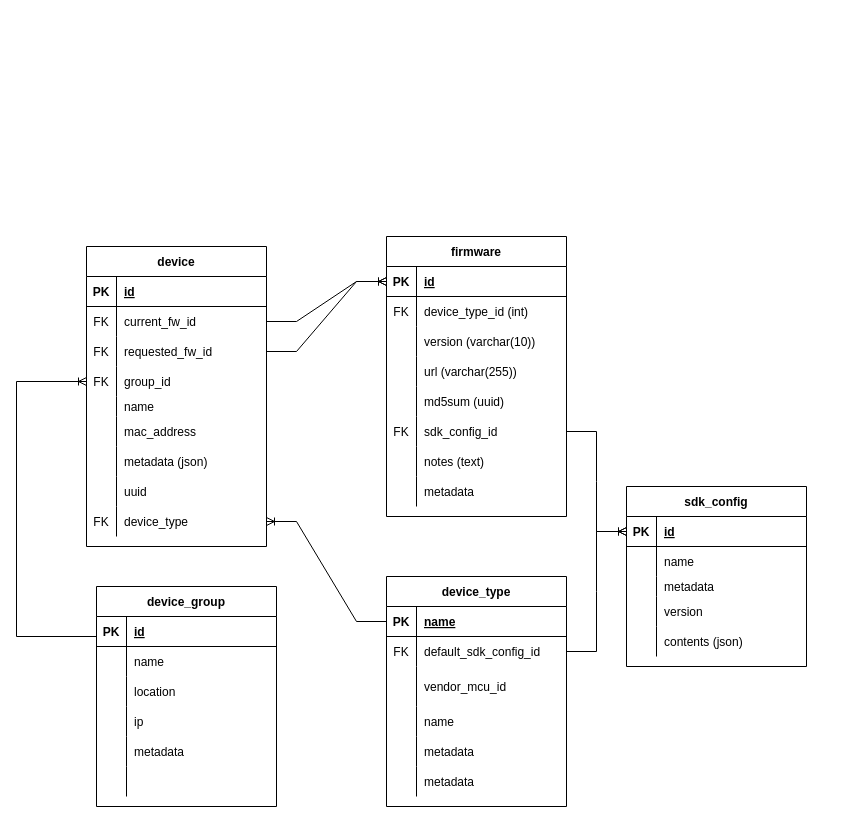
This is page "Database Model" (2 of 2) of design/esp-ota-manager.drawio from nated0g/esp-ota-manager, a draw.io file, before an edit. Source tidied: cells renumbered, new cells numbered last; positions are measured from the earlier drawing's top-left corner, leaving out a move shared by most shapes. Both pictures are drawn from the tidied source at 100%, with x=0, y=0 at pixel (16, 236).
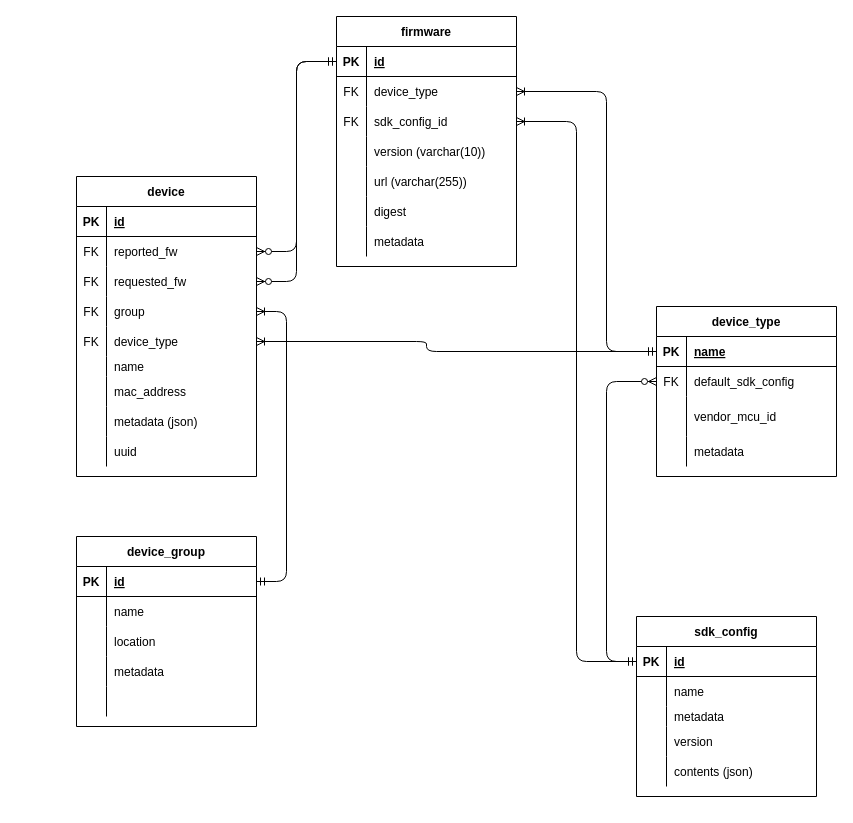
Above is the later version.

The change refers to these unchanged cells:
```xml
<mxCell id="3" style="shape=tableRow;horizontal=0;startSize=0;swimlaneHead=0;swimlaneBody=0;fillColor=none;points=[[0,0.5],[1,0.5]];portConstraint=eastwest;top=0;left=0;right=0;bottom=1;" parent="2" vertex="1">
  <mxGeometry y="30" width="180" height="30" as="geometry" />
</mxCell>
<mxCell id="6" style="shape=tableRow;horizontal=0;startSize=0;swimlaneHead=0;swimlaneBody=0;fillColor=none;points=[[0,0.5],[1,0.5]];portConstraint=eastwest;top=0;left=0;right=0;bottom=0;" parent="2" vertex="1">
  <mxGeometry y="60" width="180" height="30" as="geometry" />
</mxCell>
<mxCell id="28" style="shape=tableRow;horizontal=0;startSize=0;swimlaneHead=0;swimlaneBody=0;fillColor=none;points=[[0,0.5],[1,0.5]];portConstraint=eastwest;top=0;left=0;right=0;bottom=1;" parent="27" vertex="1">
  <mxGeometry y="30" width="180" height="30" as="geometry" />
</mxCell>
<mxCell id="31" style="shape=tableRow;horizontal=0;startSize=0;swimlaneHead=0;swimlaneBody=0;fillColor=none;points=[[0,0.5],[1,0.5]];portConstraint=eastwest;top=0;left=0;right=0;bottom=0;" parent="27" vertex="1">
  <mxGeometry y="60" width="180" height="30" as="geometry" />
</mxCell>
<mxCell id="47" style="shape=tableRow;horizontal=0;startSize=0;swimlaneHead=0;swimlaneBody=0;fillColor=none;points=[[0,0.5],[1,0.5]];portConstraint=eastwest;top=0;left=0;right=0;bottom=1;" parent="46" vertex="1">
  <mxGeometry y="30" width="180" height="30" as="geometry" />
</mxCell>
<mxCell id="67" style="shape=tableRow;horizontal=0;startSize=0;swimlaneHead=0;swimlaneBody=0;fillColor=none;points=[[0,0.5],[1,0.5]];portConstraint=eastwest;top=0;left=0;right=0;bottom=0;" parent="63" vertex="1">
  <mxGeometry y="60" width="180" height="30" as="geometry" />
</mxCell>
<mxCell id="70" style="shape=tableRow;horizontal=0;startSize=0;swimlaneHead=0;swimlaneBody=0;fillColor=none;points=[[0,0.5],[1,0.5]];portConstraint=eastwest;top=0;left=0;right=0;bottom=0;" parent="63" vertex="1">
  <mxGeometry y="90" width="180" height="30" as="geometry" />
</mxCell>
<mxCell id="73" style="shape=tableRow;horizontal=0;startSize=0;swimlaneHead=0;swimlaneBody=0;fillColor=none;points=[[0,0.5],[1,0.5]];portConstraint=eastwest;top=0;left=0;right=0;bottom=0;" parent="63" vertex="1">
  <mxGeometry y="120" width="180" height="30" as="geometry" />
</mxCell>
<mxCell id="95" style="shape=tableRow;horizontal=0;startSize=0;swimlaneHead=0;swimlaneBody=0;fillColor=none;points=[[0,0.5],[1,0.5]];portConstraint=eastwest;top=0;left=0;right=0;bottom=1;" parent="94" vertex="1">
  <mxGeometry y="30" width="180" height="30" as="geometry" />
</mxCell>
```

Change to the diagram source:
```diff
@@
     <mxCell id="2" value="firmware" style="shape=table;startSize=30;childLayout=tableLayout;rowLines=0;fontStyle=1;align=center;" parent="1" vertex="1">
-      <mxGeometry x="370" width="180" height="280" as="geometry" />
+      <mxGeometry x="320" y="-220" width="180" height="250" as="geometry" />
     </mxCell>
@@
-    <mxCell id="8" value="device_type_id (int)" style="shape=partialRectangle;fillColor=none;top=0;left=0;bottom=0;right=0;align=left;spacingLeft=6;fontStyle=0;overflow=hidden;" parent="6" vertex="1">
+    <mxCell id="8" value="device_type" style="shape=partialRectangle;fillColor=none;top=0;left=0;bottom=0;right=0;align=left;spacingLeft=6;fontStyle=0;overflow=hidden;" parent="6" vertex="1">
       <mxGeometry x="30" width="150" height="30" as="geometry" />
     </mxCell>
+    <mxCell id="18" style="shape=tableRow;horizontal=0;startSize=0;swimlaneHead=0;swimlaneBody=0;fillColor=none;points=[[0,0.5],[1,0.5]];portConstraint=eastwest;top=0;left=0;right=0;bottom=0;" parent="2" vertex="1">
+      <mxGeometry y="90" width="180" height="30" as="geometry" />
+    </mxCell>
+    <mxCell id="19" value="FK" style="shape=partialRectangle;fillColor=none;top=0;left=0;bottom=0;right=0;fontStyle=0;overflow=hidden;" parent="18" vertex="1">
+      <mxGeometry width="30" height="30" as="geometry" />
+    </mxCell>
+    <mxCell id="20" value="sdk_config_id" style="shape=partialRectangle;fillColor=none;top=0;left=0;bottom=0;right=0;align=left;spacingLeft=6;fontStyle=0;overflow=hidden;" parent="18" vertex="1">
+      <mxGeometry x="30" width="150" height="30" as="geometry" />
+    </mxCell>
     <mxCell id="9" style="shape=tableRow;horizontal=0;startSize=0;swimlaneHead=0;swimlaneBody=0;fillColor=none;top=0;left=0;right=0;bottom=0;" parent="2" vertex="1">
-      <mxGeometry y="90" width="180" height="30" as="geometry" />
+      <mxGeometry y="120" width="180" height="30" as="geometry" />
     </mxCell>
@@
     <mxCell id="12" style="shape=tableRow;horizontal=0;startSize=0;swimlaneHead=0;swimlaneBody=0;fillColor=none;top=0;left=0;right=0;bottom=0;" parent="2" vertex="1">
-      <mxGeometry y="120" width="180" height="30" as="geometry" />
+      <mxGeometry y="150" width="180" height="30" as="geometry" />
     </mxCell>
@@
     <mxCell id="15" style="shape=tableRow;horizontal=0;startSize=0;swimlaneHead=0;swimlaneBody=0;fillColor=none;top=0;left=0;right=0;bottom=0;" parent="2" vertex="1">
-      <mxGeometry y="150" width="180" height="30" as="geometry" />
+      <mxGeometry y="180" width="180" height="30" as="geometry" />
     </mxCell>
@@
-    <mxCell id="17" value="md5sum (uuid)" style="shape=partialRectangle;fillColor=none;top=0;left=0;bottom=0;right=0;align=left;spacingLeft=6;overflow=hidden;" parent="15" vertex="1">
+    <mxCell id="17" value="digest" style="shape=partialRectangle;fillColor=none;top=0;left=0;bottom=0;right=0;align=left;spacingLeft=6;overflow=hidden;" parent="15" vertex="1">
       <mxGeometry x="30" width="150" height="30" as="geometry" />
     </mxCell>
-    <mxCell id="18" style="shape=tableRow;horizontal=0;startSize=0;swimlaneHead=0;swimlaneBody=0;fillColor=none;points=[[0,0.5],[1,0.5]];portConstraint=eastwest;top=0;left=0;right=0;bottom=0;" parent="2" vertex="1">
-      <mxGeometry y="180" width="180" height="30" as="geometry" />
-    </mxCell>
-    <mxCell id="19" value="FK" style="shape=partialRectangle;fillColor=none;top=0;left=0;bottom=0;right=0;fontStyle=0;overflow=hidden;" parent="18" vertex="1">
-      <mxGeometry width="30" height="30" as="geometry" />
-    </mxCell>
-    <mxCell id="20" value="sdk_config_id" style="shape=partialRectangle;fillColor=none;top=0;left=0;bottom=0;right=0;align=left;spacingLeft=6;fontStyle=0;overflow=hidden;" parent="18" vertex="1">
-      <mxGeometry x="30" width="150" height="30" as="geometry" />
-    </mxCell>
-    <mxCell id="21" style="shape=tableRow;horizontal=0;startSize=0;swimlaneHead=0;swimlaneBody=0;fillColor=none;top=0;left=0;right=0;bottom=0;" parent="2" vertex="1">
-      <mxGeometry y="210" width="180" height="30" as="geometry" />
-    </mxCell>
-    <mxCell id="22" style="shape=partialRectangle;fillColor=none;top=0;left=0;bottom=0;right=0;overflow=hidden;" parent="21" vertex="1">
-      <mxGeometry width="30" height="30" as="geometry" />
-    </mxCell>
-    <mxCell id="23" value="notes (text)" style="shape=partialRectangle;fillColor=none;top=0;left=0;bottom=0;right=0;align=left;spacingLeft=6;overflow=hidden;" parent="21" vertex="1">
-      <mxGeometry x="30" width="150" height="30" as="geometry" />
-    </mxCell>
     <mxCell id="24" style="shape=tableRow;horizontal=0;startSize=0;swimlaneHead=0;swimlaneBody=0;fillColor=none;top=0;left=0;right=0;bottom=0;" parent="2" vertex="1">
-      <mxGeometry y="240" width="180" height="30" as="geometry" />
+      <mxGeometry y="210" width="180" height="30" as="geometry" />
     </mxCell>
@@
     <mxCell id="27" value="device_type" style="shape=table;startSize=30;childLayout=tableLayout;rowLines=0;fontStyle=1;align=center;" parent="1" vertex="1">
-      <mxGeometry x="370" y="340" width="180" height="230" as="geometry" />
+      <mxGeometry x="640" y="70" width="180" height="170" as="geometry" />
     </mxCell>
@@
-    <mxCell id="33" value="default_sdk_config_id" style="shape=partialRectangle;fillColor=none;top=0;left=0;bottom=0;right=0;align=left;spacingLeft=6;fontStyle=0;overflow=hidden;" parent="31" vertex="1">
+    <mxCell id="33" value="default_sdk_config" style="shape=partialRectangle;fillColor=none;top=0;left=0;bottom=0;right=0;align=left;spacingLeft=6;fontStyle=0;overflow=hidden;" parent="31" vertex="1">
       <mxGeometry x="30" width="150" height="30" as="geometry" />
     </mxCell>
@@
-    <mxCell id="37" style="shape=tableRow;horizontal=0;startSize=0;swimlaneHead=0;swimlaneBody=0;fillColor=none;top=0;left=0;right=0;bottom=0;" parent="27" vertex="1">
-      <mxGeometry y="130" width="180" height="30" as="geometry" />
-    </mxCell>
-    <mxCell id="38" style="shape=partialRectangle;fillColor=none;top=0;left=0;bottom=0;right=0;overflow=hidden;" parent="37" vertex="1">
-      <mxGeometry width="30" height="30" as="geometry" />
-    </mxCell>
-    <mxCell id="39" value="name" style="shape=partialRectangle;fillColor=none;top=0;left=0;bottom=0;right=0;align=left;spacingLeft=6;overflow=hidden;" parent="37" vertex="1">
-      <mxGeometry x="30" width="150" height="30" as="geometry" />
-    </mxCell>
     <mxCell id="40" style="shape=tableRow;horizontal=0;startSize=0;swimlaneHead=0;swimlaneBody=0;fillColor=none;top=0;left=0;right=0;bottom=0;" parent="27" vertex="1">
-      <mxGeometry y="160" width="180" height="30" as="geometry" />
+      <mxGeometry y="130" width="180" height="30" as="geometry" />
     </mxCell>
@@
-    <mxCell id="43" style="shape=tableRow;horizontal=0;startSize=0;swimlaneHead=0;swimlaneBody=0;fillColor=none;top=0;left=0;right=0;bottom=0;" parent="27" vertex="1">
-      <mxGeometry y="190" width="180" height="30" as="geometry" />
-    </mxCell>
-    <mxCell id="44" style="shape=partialRectangle;fillColor=none;top=0;left=0;bottom=0;right=0;overflow=hidden;" parent="43" vertex="1">
-      <mxGeometry width="30" height="30" as="geometry" />
-    </mxCell>
-    <mxCell id="45" value="metadata" style="shape=partialRectangle;fillColor=none;top=0;left=0;bottom=0;right=0;align=left;spacingLeft=6;overflow=hidden;" parent="43" vertex="1">
-      <mxGeometry x="30" width="150" height="30" as="geometry" />
-    </mxCell>
     <mxCell id="46" value="sdk_config" style="shape=table;startSize=30;childLayout=tableLayout;rowLines=0;fontStyle=1;align=center;" parent="1" vertex="1">
-      <mxGeometry x="610" y="250" width="180" height="180" as="geometry" />
+      <mxGeometry x="620" y="380" width="180" height="180" as="geometry" />
     </mxCell>
@@
-    <mxCell id="62" style="edgeStyle=entityRelationEdgeStyle;fontSize=12;html=1;endArrow=ERoneToMany;rounded=0;exitX=1;exitY=0.5;exitDx=0;exitDy=0;entryX=0;entryY=0.5;entryDx=0;entryDy=0;" parent="1" edge="1" source="31" target="47">
-      <mxGeometry relative="1" as="geometry" />
-    </mxCell>
     <mxCell id="63" value="device" style="shape=table;startSize=30;childLayout=tableLayout;rowLines=0;fontStyle=1;align=center;" parent="1" vertex="1">
-      <mxGeometry x="70" y="10" width="180" height="300" as="geometry" />
+      <mxGeometry x="60" y="-60" width="180" height="300" as="geometry" />
     </mxCell>
@@
-    <mxCell id="69" value="current_fw_id" style="shape=partialRectangle;fillColor=none;top=0;left=0;bottom=0;right=0;align=left;spacingLeft=6;fontStyle=0;overflow=hidden;" parent="67" vertex="1">
+    <mxCell id="69" value="reported_fw" style="shape=partialRectangle;fillColor=none;top=0;left=0;bottom=0;right=0;align=left;spacingLeft=6;fontStyle=0;overflow=hidden;" parent="67" vertex="1">
       <mxGeometry x="30" width="150" height="30" as="geometry" />
     </mxCell>
@@
-    <mxCell id="72" value="requested_fw_id" style="shape=partialRectangle;fillColor=none;top=0;left=0;bottom=0;right=0;align=left;spacingLeft=6;fontStyle=0;overflow=hidden;" parent="70" vertex="1">
+    <mxCell id="72" value="requested_fw" style="shape=partialRectangle;fillColor=none;top=0;left=0;bottom=0;right=0;align=left;spacingLeft=6;fontStyle=0;overflow=hidden;" parent="70" vertex="1">
       <mxGeometry x="30" width="150" height="30" as="geometry" />
     </mxCell>
@@
-    <mxCell id="75" value="group_id" style="shape=partialRectangle;fillColor=none;top=0;left=0;bottom=0;right=0;align=left;spacingLeft=6;fontStyle=0;overflow=hidden;" parent="73" vertex="1">
+    <mxCell id="75" value="group" style="shape=partialRectangle;fillColor=none;top=0;left=0;bottom=0;right=0;align=left;spacingLeft=6;fontStyle=0;overflow=hidden;" parent="73" vertex="1">
       <mxGeometry x="30" width="150" height="30" as="geometry" />
     </mxCell>
+    <mxCell id="88" style="shape=tableRow;horizontal=0;startSize=0;swimlaneHead=0;swimlaneBody=0;fillColor=none;points=[[0,0.5],[1,0.5]];portConstraint=eastwest;top=0;left=0;right=0;bottom=0;" parent="63" vertex="1">
+      <mxGeometry y="150" width="180" height="30" as="geometry" />
+    </mxCell>
+    <mxCell id="89" value="FK" style="shape=partialRectangle;fillColor=none;top=0;left=0;bottom=0;right=0;fontStyle=0;overflow=hidden;" parent="88" vertex="1">
+      <mxGeometry width="30" height="30" as="geometry" />
+    </mxCell>
+    <mxCell id="90" value="device_type" style="shape=partialRectangle;fillColor=none;top=0;left=0;bottom=0;right=0;align=left;spacingLeft=6;fontStyle=0;overflow=hidden;" parent="88" vertex="1">
+      <mxGeometry x="30" width="150" height="30" as="geometry" />
+    </mxCell>
     <mxCell id="76" style="shape=tableRow;horizontal=0;startSize=0;swimlaneHead=0;swimlaneBody=0;fillColor=none;top=0;left=0;right=0;bottom=0;" parent="63" vertex="1">
-      <mxGeometry y="150" width="180" height="20" as="geometry" />
+      <mxGeometry y="180" width="180" height="20" as="geometry" />
     </mxCell>
@@
     <mxCell id="79" style="shape=tableRow;horizontal=0;startSize=0;swimlaneHead=0;swimlaneBody=0;fillColor=none;top=0;left=0;right=0;bottom=0;" parent="63" vertex="1">
-      <mxGeometry y="170" width="180" height="30" as="geometry" />
+      <mxGeometry y="200" width="180" height="30" as="geometry" />
     </mxCell>
@@
     <mxCell id="82" style="shape=tableRow;horizontal=0;startSize=0;swimlaneHead=0;swimlaneBody=0;fillColor=none;top=0;left=0;right=0;bottom=0;" parent="63" vertex="1">
-      <mxGeometry y="200" width="180" height="30" as="geometry" />
+      <mxGeometry y="230" width="180" height="30" as="geometry" />
     </mxCell>
@@
     <mxCell id="85" style="shape=tableRow;horizontal=0;startSize=0;swimlaneHead=0;swimlaneBody=0;fillColor=none;top=0;left=0;right=0;bottom=0;" parent="63" vertex="1">
-      <mxGeometry y="230" width="180" height="30" as="geometry" />
+      <mxGeometry y="260" width="180" height="30" as="geometry" />
     </mxCell>
@@
-    <mxCell id="88" style="shape=tableRow;horizontal=0;startSize=0;swimlaneHead=0;swimlaneBody=0;fillColor=none;points=[[0,0.5],[1,0.5]];portConstraint=eastwest;top=0;left=0;right=0;bottom=0;" parent="63" vertex="1">
-      <mxGeometry y="260" width="180" height="30" as="geometry" />
-    </mxCell>
-    <mxCell id="89" value="FK" style="shape=partialRectangle;fillColor=none;top=0;left=0;bottom=0;right=0;fontStyle=0;overflow=hidden;" parent="88" vertex="1">
-      <mxGeometry width="30" height="30" as="geometry" />
-    </mxCell>
-    <mxCell id="90" value="device_type" style="shape=partialRectangle;fillColor=none;top=0;left=0;bottom=0;right=0;align=left;spacingLeft=6;fontStyle=0;overflow=hidden;" parent="88" vertex="1">
-      <mxGeometry x="30" width="150" height="30" as="geometry" />
-    </mxCell>
-    <mxCell id="91" style="edgeStyle=entityRelationEdgeStyle;fontSize=12;html=1;endArrow=ERoneToMany;rounded=0;entryX=0;entryY=0.5;entryDx=0;entryDy=0;" parent="1" edge="1" source="67" target="3">
-      <mxGeometry relative="1" as="geometry" />
-    </mxCell>
-    <mxCell id="92" style="edgeStyle=entityRelationEdgeStyle;fontSize=12;html=1;endArrow=ERoneToMany;rounded=0;exitX=1;exitY=0.5;exitDx=0;exitDy=0;entryX=0;entryY=0.5;entryDx=0;entryDy=0;" parent="1" edge="1" source="70" target="3">
-      <mxGeometry relative="1" as="geometry" />
-    </mxCell>
-    <mxCell id="93" style="edgeStyle=entityRelationEdgeStyle;fontSize=12;html=1;endArrow=ERoneToMany;rounded=0;exitX=1;exitY=0.5;exitDx=0;exitDy=0;entryX=0;entryY=0.5;entryDx=0;entryDy=0;" parent="1" edge="1" source="18" target="47">
-      <mxGeometry relative="1" as="geometry" />
-    </mxCell>
     <mxCell id="94" value="device_group" style="shape=table;startSize=30;childLayout=tableLayout;rowLines=0;fontStyle=1;align=center;" parent="1" vertex="1">
-      <mxGeometry x="80" y="350" width="180" height="220" as="geometry" />
+      <mxGeometry x="60" y="300" width="180" height="190" as="geometry" />
     </mxCell>
@@
-    <mxCell id="104" style="shape=tableRow;horizontal=0;startSize=0;swimlaneHead=0;swimlaneBody=0;fillColor=none;top=0;left=0;right=0;bottom=0;" parent="94" vertex="1">
-      <mxGeometry y="120" width="180" height="30" as="geometry" />
-    </mxCell>
-    <mxCell id="105" style="shape=partialRectangle;fillColor=none;top=0;left=0;bottom=0;right=0;overflow=hidden;" parent="104" vertex="1">
-      <mxGeometry width="30" height="30" as="geometry" />
-    </mxCell>
-    <mxCell id="106" value="ip" style="shape=partialRectangle;fillColor=none;top=0;left=0;bottom=0;right=0;align=left;spacingLeft=6;overflow=hidden;" parent="104" vertex="1">
-      <mxGeometry x="30" width="150" height="30" as="geometry" />
-    </mxCell>
     <mxCell id="107" style="shape=tableRow;horizontal=0;startSize=0;swimlaneHead=0;swimlaneBody=0;fillColor=none;top=0;left=0;right=0;bottom=0;" parent="94" vertex="1">
-      <mxGeometry y="150" width="180" height="30" as="geometry" />
+      <mxGeometry y="120" width="180" height="30" as="geometry" />
     </mxCell>
@@
     <mxCell id="110" style="shape=tableRow;horizontal=0;startSize=0;swimlaneHead=0;swimlaneBody=0;fillColor=none;top=0;left=0;right=0;bottom=0;" parent="94" vertex="1">
-      <mxGeometry y="180" width="180" height="30" as="geometry" />
+      <mxGeometry y="150" width="180" height="30" as="geometry" />
     </mxCell>
@@
+    <mxCell id="115" style="edgeStyle=orthogonalEdgeStyle;fontSize=12;html=1;endArrow=ERzeroToMany;startArrow=ERmandOne;exitX=0;exitY=0.5;exitDx=0;exitDy=0;entryX=0;entryY=0.5;entryDx=0;entryDy=0;" parent="1" edge="1" source="47" target="31">
+      <mxGeometry relative="1" as="geometry">
+        <Array as="points">
+          <mxPoint x="590" y="425" />
+          <mxPoint x="590" y="145" />
+        </Array>
+      </mxGeometry>
+    </mxCell>
+    <mxCell id="116" style="edgeStyle=orthogonalEdgeStyle;fontSize=12;html=1;endArrow=ERoneToMany;startArrow=ERmandOne;exitX=0;exitY=0.5;exitDx=0;exitDy=0;entryX=1;entryY=0.5;entryDx=0;entryDy=0;" parent="1" edge="1" source="28" target="6">
+      <mxGeometry relative="1" as="geometry">
+        <Array as="points">
+          <mxPoint x="590" y="115" />
+          <mxPoint x="590" y="-145" />
+        </Array>
+      </mxGeometry>
+    </mxCell>
+    <mxCell id="117" style="edgeStyle=orthogonalEdgeStyle;fontSize=12;html=1;endArrow=ERzeroToMany;startArrow=ERmandOne;entryX=1;entryY=0.5;entryDx=0;entryDy=0;" parent="1" edge="1" source="3" target="67">
+      <mxGeometry relative="1" as="geometry" />
+    </mxCell>
+    <mxCell id="118" style="edgeStyle=orthogonalEdgeStyle;fontSize=12;html=1;endArrow=ERzeroToMany;startArrow=ERmandOne;exitX=0;exitY=0.5;exitDx=0;exitDy=0;entryX=1;entryY=0.5;entryDx=0;entryDy=0;" parent="1" edge="1" source="3" target="70">
+      <mxGeometry relative="1" as="geometry" />
+    </mxCell>
+    <mxCell id="119" style="edgeStyle=orthogonalEdgeStyle;fontSize=12;html=1;endArrow=ERoneToMany;startArrow=ERmandOne;entryX=1;entryY=0.5;entryDx=0;entryDy=0;exitX=0;exitY=0.5;exitDx=0;exitDy=0;" parent="1" edge="1" source="47" target="18">
+      <mxGeometry relative="1" as="geometry">
+        <Array as="points">
+          <mxPoint x="560" y="425" />
+          <mxPoint x="560" y="-115" />
+        </Array>
+      </mxGeometry>
+    </mxCell>
-    <mxCell id="113" style="edgeStyle=orthogonalEdgeStyle;fontSize=12;html=1;endArrow=ERoneToMany;rounded=0;exitX=0;exitY=0.5;exitDx=0;exitDy=0;entryX=0;entryY=0.5;entryDx=0;entryDy=0;" parent="1" edge="1" source="95" target="73">
-      <mxGeometry relative="1" as="geometry">
-        <Array as="points">
-          <mxPoint x="80" y="400" />
-          <mxPoint y="400" />
-          <mxPoint y="145" />
-        </Array>
-      </mxGeometry>
+    <mxCell id="113" style="edgeStyle=entityRelationEdgeStyle;fontSize=12;html=1;endArrow=ERoneToMany;startArrow=ERmandOne;entryX=1;entryY=0.5;entryDx=0;entryDy=0;exitX=1;exitY=0.5;exitDx=0;exitDy=0;" parent="1" edge="1" source="95" target="73">
+      <mxGeometry relative="1" as="geometry" />
     </mxCell>
-    <mxCell id="114" style="edgeStyle=entityRelationEdgeStyle;fontSize=12;html=1;endArrow=ERoneToMany;rounded=0;entryX=1;entryY=0.5;entryDx=0;entryDy=0;exitX=0;exitY=0.5;exitDx=0;exitDy=0;" parent="1" edge="1" source="28" target="88">
-      <mxGeometry relative="1" as="geometry" />
+    <mxCell id="114" style="edgeStyle=orthogonalEdgeStyle;fontSize=12;html=1;endArrow=ERoneToMany;startArrow=ERmandOne;entryX=1;entryY=0.5;entryDx=0;entryDy=0;exitX=0;exitY=0.5;exitDx=0;exitDy=0;" parent="1" edge="1" source="28" target="88">
+      <mxGeometry relative="1" as="geometry">
+        <Array as="points">
+          <mxPoint x="410" y="115" />
+          <mxPoint x="410" y="105" />
+        </Array>
+      </mxGeometry>
     </mxCell>
```
